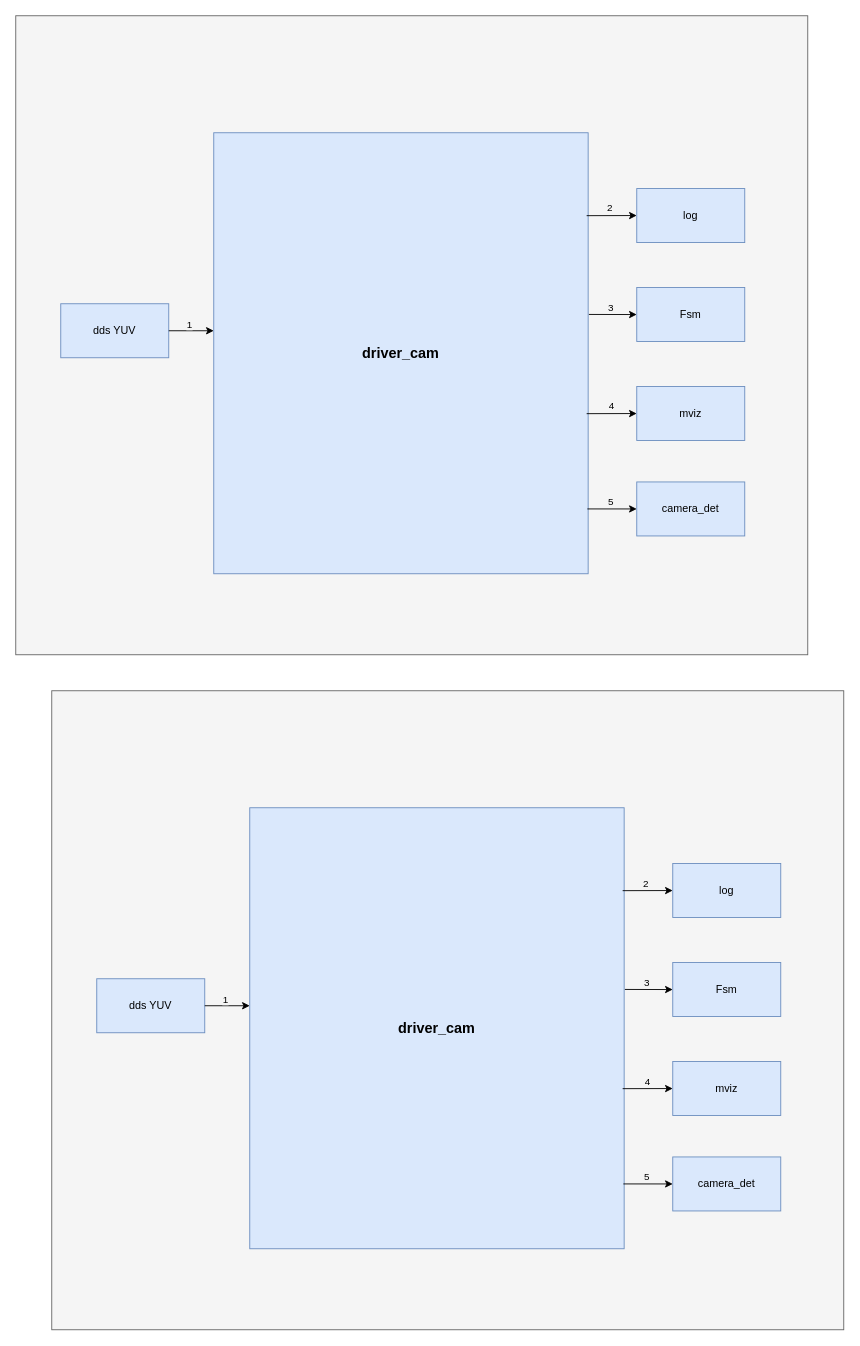
xiaoleli/diagrams keeps this draw.io diagram as visualize输入输出图.drawio. Above is the earlier version. Source tidied: cells renumbered, new cells numbered last; positions are measured from the earlier drawing's top-left corner, leaving out a move shared by most shapes. Both pictures are drawn from the tidied source at 90%, with x=0, y=0 at pixel (15, 15).
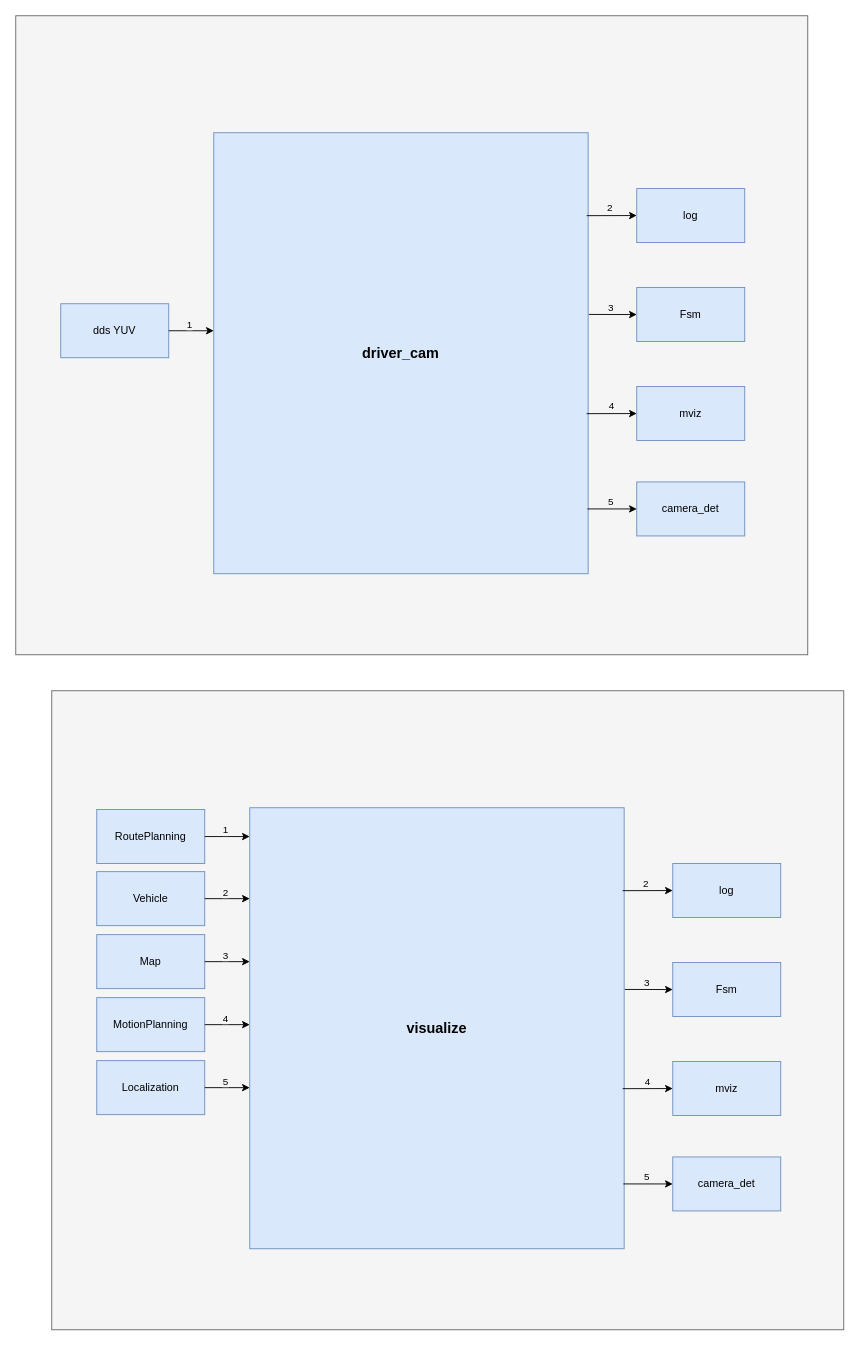
After the change.

Commit message:
更新visualize输入输出图.drawio

Diff of the diagram source:
```diff
@@
-    <mxCell id="20" value="&lt;b&gt;&lt;font style=&quot;font-size: 16px;&quot;&gt;driver_cam&lt;/font&gt;&lt;/b&gt;" style="rounded=0;whiteSpace=wrap;html=1;fillColor=#dae8fc;strokeColor=#6c8ebf;" parent="1" vertex="1">
+    <mxCell id="20" value="&lt;b&gt;&lt;font style=&quot;font-size: 16px;&quot;&gt;visualize&lt;/font&gt;&lt;/b&gt;" style="rounded=0;whiteSpace=wrap;html=1;fillColor=#dae8fc;strokeColor=#6c8ebf;" parent="1" vertex="1">
       <mxGeometry x="260" y="880" width="416" height="490" as="geometry" />
     </mxCell>
-    <mxCell id="21" value="dds YUV" style="rounded=0;whiteSpace=wrap;html=1;fillColor=#dae8fc;strokeColor=#6c8ebf;" parent="1" vertex="1">
-      <mxGeometry x="90" y="1070" width="120" height="60" as="geometry" />
+    <mxCell id="21" value="RoutePlanning" style="rounded=0;whiteSpace=wrap;html=1;fillColor=#dae8fc;strokeColor=#6c8ebf;" parent="1" vertex="1">
+      <mxGeometry x="90" y="882" width="120" height="60" as="geometry" />
     </mxCell>
@@
     <mxCell id="26" style="endArrow=classic;html=1;rounded=0;exitX=1;exitY=0.5;exitDx=0;exitDy=0;" parent="1" edge="1" source="21">
       <mxGeometry relative="1" as="geometry">
-        <mxPoint x="260" y="1100" as="targetPoint" />
+        <mxPoint x="260" y="912" as="targetPoint" />
       </mxGeometry>
     </mxCell>
@@
+    <mxCell id="36" value="Vehicle" style="rounded=0;whiteSpace=wrap;html=1;fillColor=#dae8fc;strokeColor=#6c8ebf;" parent="1" vertex="1">
+      <mxGeometry x="90" y="951" width="120" height="60" as="geometry" />
+    </mxCell>
+    <mxCell id="37" style="endArrow=classic;html=1;rounded=0;exitX=1;exitY=0.5;exitDx=0;exitDy=0;" parent="1" edge="1" source="36">
+      <mxGeometry relative="1" as="geometry">
+        <mxPoint x="260" y="981" as="targetPoint" />
+      </mxGeometry>
+    </mxCell>
+    <mxCell id="38" value="2" style="edgeLabel;html=1;align=center;verticalAlign=middle;labelBackgroundColor=#F5F5F5;" parent="37" vertex="1">
+      <mxGeometry x="-0.14" y="-1" relative="1" as="geometry">
+        <mxPoint y="-9" as="offset" />
+      </mxGeometry>
+    </mxCell>
+    <mxCell id="39" value="Map" style="rounded=0;whiteSpace=wrap;html=1;fillColor=#dae8fc;strokeColor=#6c8ebf;" parent="1" vertex="1">
+      <mxGeometry x="90" y="1021" width="120" height="60" as="geometry" />
+    </mxCell>
+    <mxCell id="40" style="endArrow=classic;html=1;rounded=0;exitX=1;exitY=0.5;exitDx=0;exitDy=0;" parent="1" edge="1" source="39">
+      <mxGeometry relative="1" as="geometry">
+        <mxPoint x="260" y="1051" as="targetPoint" />
+      </mxGeometry>
+    </mxCell>
+    <mxCell id="41" value="3" style="edgeLabel;html=1;align=center;verticalAlign=middle;labelBackgroundColor=#F5F5F5;" parent="40" vertex="1">
+      <mxGeometry x="-0.14" y="-1" relative="1" as="geometry">
+        <mxPoint y="-9" as="offset" />
+      </mxGeometry>
+    </mxCell>
+    <mxCell id="42" value="MotionPlanning" style="rounded=0;whiteSpace=wrap;html=1;fillColor=#dae8fc;strokeColor=#6c8ebf;" parent="1" vertex="1">
+      <mxGeometry x="90" y="1091" width="120" height="60" as="geometry" />
+    </mxCell>
+    <mxCell id="43" style="endArrow=classic;html=1;rounded=0;exitX=1;exitY=0.5;exitDx=0;exitDy=0;" parent="1" edge="1" source="42">
+      <mxGeometry relative="1" as="geometry">
+        <mxPoint x="260" y="1121" as="targetPoint" />
+      </mxGeometry>
+    </mxCell>
+    <mxCell id="44" value="4" style="edgeLabel;html=1;align=center;verticalAlign=middle;labelBackgroundColor=#F5F5F5;" parent="43" vertex="1">
+      <mxGeometry x="-0.14" y="-1" relative="1" as="geometry">
+        <mxPoint y="-9" as="offset" />
+      </mxGeometry>
+    </mxCell>
+    <mxCell id="45" value="Localization" style="rounded=0;whiteSpace=wrap;html=1;fillColor=#dae8fc;strokeColor=#6c8ebf;" parent="1" vertex="1">
+      <mxGeometry x="90" y="1161" width="120" height="60" as="geometry" />
+    </mxCell>
+    <mxCell id="46" style="endArrow=classic;html=1;rounded=0;exitX=1;exitY=0.5;exitDx=0;exitDy=0;" parent="1" edge="1" source="45">
+      <mxGeometry relative="1" as="geometry">
+        <mxPoint x="260" y="1191" as="targetPoint" />
+      </mxGeometry>
+    </mxCell>
+    <mxCell id="47" value="5" style="edgeLabel;html=1;align=center;verticalAlign=middle;labelBackgroundColor=#F5F5F5;" parent="46" vertex="1">
+      <mxGeometry x="-0.14" y="-1" relative="1" as="geometry">
+        <mxPoint y="-9" as="offset" />
+      </mxGeometry>
+    </mxCell>
```
